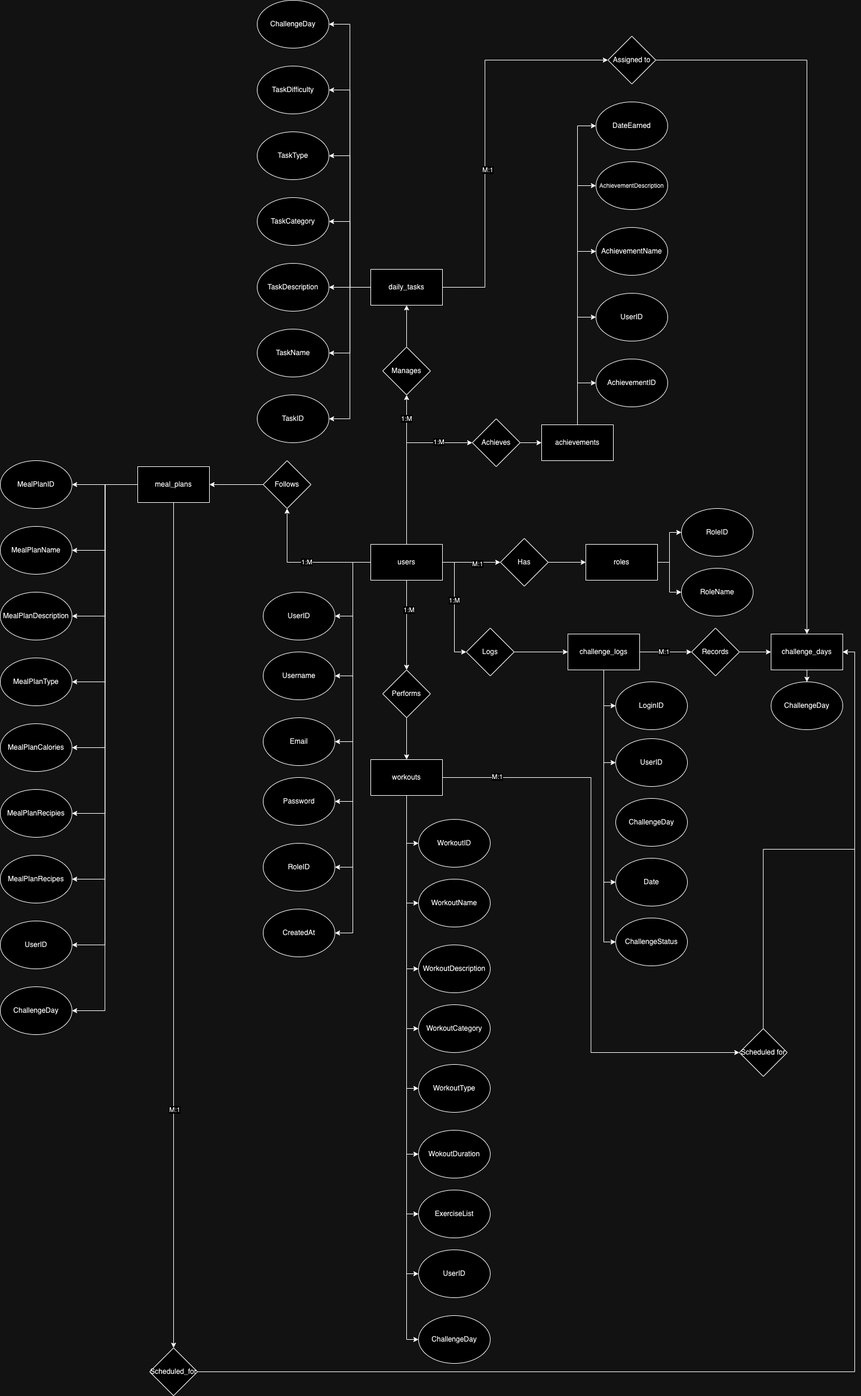
The draw.io diagram SchemaAndERDiagram/75HardERDiagram.png in kalviumcommunity/75HardAppDatabase_DBMS_Project, before a commit. Source tidied: cells renumbered, new cells last; positions are measured from the earlier drawing's top-left corner, leaving out a move shared by most shapes.
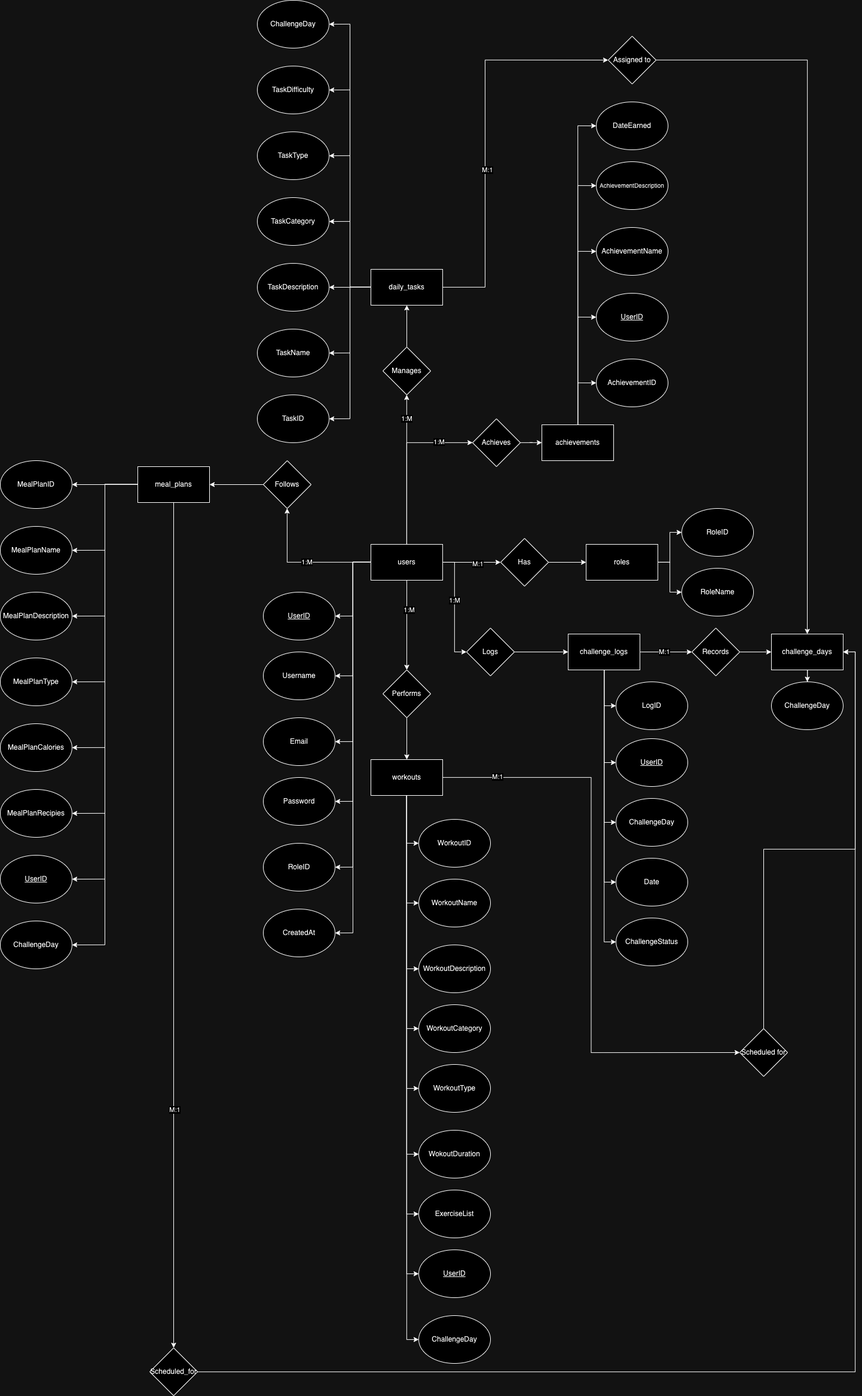
Above is the later version.

Diff of the diagram source:
```diff
@@ -68,7 +68,7 @@
     <mxCell id="20" value="users" style="rounded=0;whiteSpace=wrap;html=1;" parent="1" vertex="1">
       <mxGeometry x="620" y="910" width="120" height="60" as="geometry" />
     </mxCell>
-    <mxCell id="21" value="UserID" style="ellipse;whiteSpace=wrap;html=1;" parent="1" vertex="1">
+    <mxCell id="21" value="&lt;u&gt;UserID&lt;/u&gt;" style="ellipse;whiteSpace=wrap;html=1;" parent="1" vertex="1">
       <mxGeometry x="440" y="990" width="120" height="80" as="geometry" />
     </mxCell>
     <mxCell id="22" value="Username" style="ellipse;whiteSpace=wrap;html=1;" parent="1" vertex="1">
@@ -131,13 +131,16 @@
     <mxCell id="41" value="M:1" style="edgeLabel;html=1;align=center;verticalAlign=middle;" parent="40" vertex="1">
       <mxGeometry x="-0.08" y="1" relative="1" as="geometry" />
     </mxCell>
+    <mxCell id="137" style="edgeStyle=orthogonalEdgeStyle;rounded=0;jettySize=auto;html=1;entryX=0;entryY=0.5;entryDx=0;entryDy=0;" parent="1" edge="1" source="42" target="45">
+      <mxGeometry relative="1" as="geometry" />
+    </mxCell>
     <mxCell id="42" value="challenge_logs" style="whiteSpace=wrap;html=1;rounded=0;" parent="1" vertex="1">
       <mxGeometry x="950" y="1060" width="120" height="60" as="geometry" />
     </mxCell>
-    <mxCell id="43" value="LoginID" style="ellipse;whiteSpace=wrap;html=1;" parent="1" vertex="1">
+    <mxCell id="43" value="LogID" style="ellipse;whiteSpace=wrap;html=1;" parent="1" vertex="1">
       <mxGeometry x="1030" y="1140" width="120" height="80" as="geometry" />
     </mxCell>
-    <mxCell id="44" value="UserID" style="ellipse;whiteSpace=wrap;html=1;" parent="1" vertex="1">
+    <mxCell id="44" value="&lt;u&gt;UserID&lt;/u&gt;" style="ellipse;whiteSpace=wrap;html=1;" parent="1" vertex="1">
       <mxGeometry x="1030" y="1235" width="120" height="80" as="geometry" />
     </mxCell>
     <mxCell id="45" value="ChallengeDay" style="ellipse;whiteSpace=wrap;html=1;" parent="1" vertex="1">
@@ -191,7 +194,7 @@
     <mxCell id="61" value="AchievementID" style="ellipse;whiteSpace=wrap;html=1;" parent="1" vertex="1">
       <mxGeometry x="997" y="600" width="120" height="80" as="geometry" />
     </mxCell>
-    <mxCell id="62" value="UserID" style="ellipse;whiteSpace=wrap;html=1;" parent="1" vertex="1">
+    <mxCell id="62" value="&lt;u&gt;UserID&lt;/u&gt;" style="ellipse;whiteSpace=wrap;html=1;" parent="1" vertex="1">
       <mxGeometry x="997" y="490" width="120" height="80" as="geometry" />
     </mxCell>
     <mxCell id="63" value="AchievementName" style="ellipse;whiteSpace=wrap;html=1;" parent="1" vertex="1">
@@ -337,7 +340,7 @@
     <mxCell id="107" value="ExerciseList" style="ellipse;whiteSpace=wrap;html=1;" parent="1" vertex="1">
       <mxGeometry x="700" y="1990" width="120" height="80" as="geometry" />
     </mxCell>
-    <mxCell id="108" value="UserID" style="ellipse;whiteSpace=wrap;html=1;" parent="1" vertex="1">
+    <mxCell id="108" value="&lt;u&gt;UserID&lt;/u&gt;" style="ellipse;whiteSpace=wrap;html=1;" parent="1" vertex="1">
       <mxGeometry x="700" y="2090" width="120" height="80" as="geometry" />
     </mxCell>
     <mxCell id="109" value="ChallengeDay" style="ellipse;whiteSpace=wrap;html=1;" parent="1" vertex="1">
@@ -373,9 +376,6 @@
     <mxCell id="119" style="edgeStyle=orthogonalEdgeStyle;rounded=0;jettySize=auto;html=1;entryX=1;entryY=0.5;entryDx=0;entryDy=0;" parent="1" edge="1" source="125" target="131">
       <mxGeometry relative="1" as="geometry" />
     </mxCell>
-    <mxCell id="120" style="edgeStyle=orthogonalEdgeStyle;rounded=0;jettySize=auto;html=1;entryX=1;entryY=0.5;entryDx=0;entryDy=0;" parent="1" edge="1" source="125" target="132">
-      <mxGeometry relative="1" as="geometry" />
-    </mxCell>
     <mxCell id="121" style="edgeStyle=orthogonalEdgeStyle;rounded=0;jettySize=auto;html=1;entryX=1;entryY=0.5;entryDx=0;entryDy=0;" parent="1" edge="1" source="125" target="133">
       <mxGeometry relative="1" as="geometry" />
     </mxCell>
@@ -409,14 +409,11 @@
     <mxCell id="131" value="MealPlanRecipies" style="ellipse;whiteSpace=wrap;html=1;" parent="1" vertex="1">
       <mxGeometry y="1320" width="120" height="80" as="geometry" />
     </mxCell>
-    <mxCell id="132" value="MealPlanRecipes" style="ellipse;whiteSpace=wrap;html=1;" parent="1" vertex="1">
-      <mxGeometry y="1430" width="120" height="80" as="geometry" />
-    </mxCell>
-    <mxCell id="133" value="UserID" style="ellipse;whiteSpace=wrap;html=1;" parent="1" vertex="1">
-      <mxGeometry y="1540" width="120" height="80" as="geometry" />
+    <mxCell id="133" value="&lt;u&gt;UserID&lt;/u&gt;" style="ellipse;whiteSpace=wrap;html=1;" parent="1" vertex="1">
+      <mxGeometry y="1430" width="120" height="80" as="geometry" />
     </mxCell>
     <mxCell id="134" value="ChallengeDay" style="ellipse;whiteSpace=wrap;html=1;" parent="1" vertex="1">
-      <mxGeometry y="1650" width="120" height="80" as="geometry" />
+      <mxGeometry y="1540" width="120" height="80" as="geometry" />
     </mxCell>
     <mxCell id="135" style="edgeStyle=orthogonalEdgeStyle;rounded=0;jettySize=auto;html=1;entryX=1;entryY=0.5;entryDx=0;entryDy=0;" parent="1" edge="1" source="136" target="51">
       <mxGeometry relative="1" as="geometry" />
```
